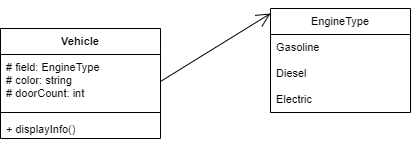
Before: rss/Vehicle_UML_Vehicle.png, a diagram exported from draw.io (joshSawYou/CIS255_Vehicle). Source tidied: cells renumbered, new cells last; positions are measured from the earlier drawing's top-left corner, leaving out a move shared by most shapes.
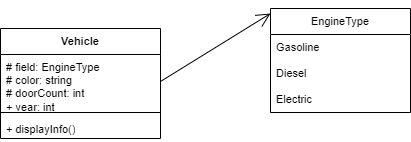
After the change.

The edit, as a diff of the source:
```diff
@@ -5,7 +5,7 @@
     <mxCell id="2" value="Vehicle" style="swimlane;fontStyle=1;align=center;verticalAlign=top;horizontal=1;startSize=26;whiteSpace=wrap;html=1;fontFamily=Helvetica;fontSize=11;fontColor=default;" parent="1" vertex="1">
       <mxGeometry y="20" width="160" height="110" as="geometry" />
     </mxCell>
-    <mxCell id="3" value="# field: EngineType&lt;br&gt;# color: string&lt;br&gt;# doorCount: int" style="text;strokeColor=none;fillColor=none;align=left;verticalAlign=top;spacingLeft=4;spacingRight=4;overflow=hidden;points=[[0,0.5],[1,0.5]];portConstraint=eastwest;whiteSpace=wrap;html=1;fontSize=11;fontFamily=Helvetica;fontColor=default;" parent="2" vertex="1">
+    <mxCell id="3" value="# field: EngineType&lt;br&gt;# color: string&lt;br&gt;# doorCount: int&lt;br&gt;+ year: int" style="text;strokeColor=none;fillColor=none;align=left;verticalAlign=top;spacingLeft=4;spacingRight=4;overflow=hidden;points=[[0,0.5],[1,0.5]];portConstraint=eastwest;whiteSpace=wrap;html=1;fontSize=11;fontFamily=Helvetica;fontColor=default;" parent="2" vertex="1">
       <mxGeometry y="26" width="160" height="54" as="geometry" />
     </mxCell>
     <mxCell id="4" style="line;strokeWidth=1;fillColor=none;align=left;verticalAlign=middle;spacingTop=-1;spacingLeft=3;spacingRight=3;labelPosition=right;strokeColor=inherit;fontFamily=Helvetica;fontSize=11;fontColor=default;" parent="2" vertex="1">
```
